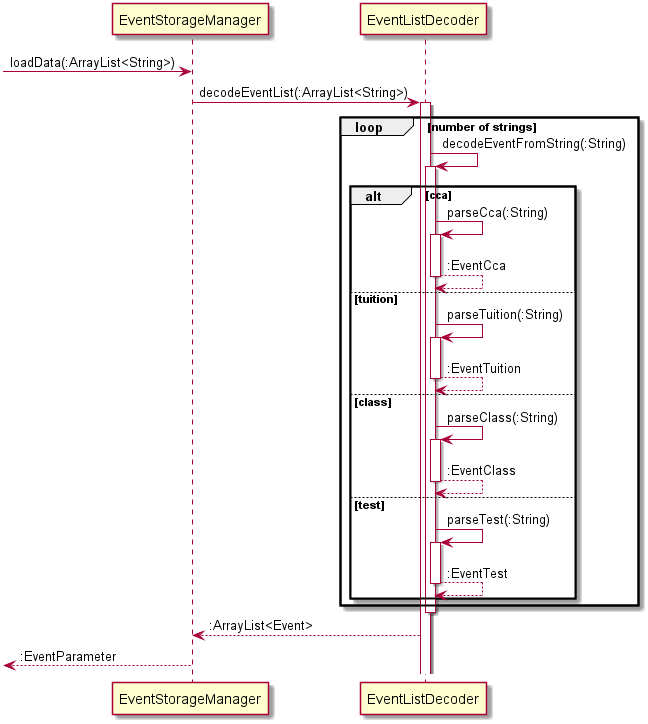
Earlier version of the PlantUML export docs/diagram/EventStorageReadSequence.png (untitle4/tp). Its diagram source:
```plantuml
@startuml

-> EventStorageManager : loadData(:ArrayList<String>)

EventStorageManager -> EventListDecoder : decodeEventList(:ArrayList<String>)
activate EventListDecoder

loop number of strings
EventListDecoder -> EventListDecoder : decodeEventFromString(:String)
activate EventListDecoder
alt cca
EventListDecoder -> EventListDecoder : parseCca(:String)
activate EventListDecoder
EventListDecoder --> EventListDecoder : :EventCca
deactivate EventListDecoder
else tuition
EventListDecoder -> EventListDecoder : parseTuition(:String)
activate EventListDecoder
EventListDecoder --> EventListDecoder : :EventTuition
deactivate EventListDecoder
else class
EventListDecoder -> EventListDecoder : parseClass(:String)
activate EventListDecoder
EventListDecoder --> EventListDecoder : :EventClass
deactivate EventListDecoder
else test
EventListDecoder -> EventListDecoder : parseTest(:String)
activate EventListDecoder
EventListDecoder --> EventListDecoder : :EventTest
deactivate EventListDecoder
end alt
end loop

deactivate EventListDecoder
EventListDecoder --> EventStorageManager : :ArrayList<Event>

<-- EventStorageManager : :EventParameter
@enduml
```
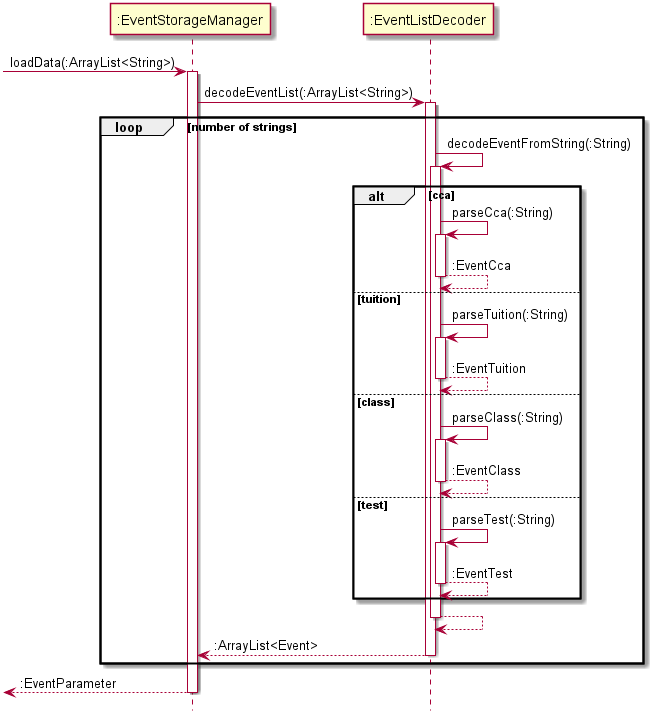
After the change.

The edit, as a diff of the source:
```diff
@@ -1,38 +1,40 @@
 @startuml
+hide footbox
 
--> EventStorageManager : loadData(:ArrayList<String>)
-
-EventStorageManager -> EventListDecoder : decodeEventList(:ArrayList<String>)
-activate EventListDecoder
+-> ":EventStorageManager" : loadData(:ArrayList<String>)
+activate ":EventStorageManager"
+":EventStorageManager" -> ":EventListDecoder" : decodeEventList(:ArrayList<String>)
+activate ":EventListDecoder"
 
 loop number of strings
-EventListDecoder -> EventListDecoder : decodeEventFromString(:String)
-activate EventListDecoder
+":EventListDecoder" -> ":EventListDecoder" : decodeEventFromString(:String)
+activate ":EventListDecoder"
 alt cca
-EventListDecoder -> EventListDecoder : parseCca(:String)
-activate EventListDecoder
-EventListDecoder --> EventListDecoder : :EventCca
-deactivate EventListDecoder
+":EventListDecoder" -> ":EventListDecoder" : parseCca(:String)
+activate ":EventListDecoder"
+":EventListDecoder" --> ":EventListDecoder" : :EventCca
+deactivate ":EventListDecoder"
 else tuition
-EventListDecoder -> EventListDecoder : parseTuition(:String)
-activate EventListDecoder
-EventListDecoder --> EventListDecoder : :EventTuition
-deactivate EventListDecoder
+":EventListDecoder" -> ":EventListDecoder" : parseTuition(:String)
+activate ":EventListDecoder"
+":EventListDecoder" --> ":EventListDecoder" : :EventTuition
+deactivate ":EventListDecoder"
 else class
-EventListDecoder -> EventListDecoder : parseClass(:String)
-activate EventListDecoder
-EventListDecoder --> EventListDecoder : :EventClass
-deactivate EventListDecoder
+":EventListDecoder" -> ":EventListDecoder" : parseClass(:String)
+activate ":EventListDecoder"
+":EventListDecoder" --> ":EventListDecoder" : :EventClass
+deactivate ":EventListDecoder"
 else test
-EventListDecoder -> EventListDecoder : parseTest(:String)
-activate EventListDecoder
-EventListDecoder --> EventListDecoder : :EventTest
-deactivate EventListDecoder
+":EventListDecoder" -> ":EventListDecoder" : parseTest(:String)
+activate ":EventListDecoder"
+":EventListDecoder" --> ":EventListDecoder" : :EventTest
+deactivate ":EventListDecoder"
 end alt
+":EventListDecoder" --> ":EventListDecoder"
+deactivate ":EventListDecoder"
+":EventListDecoder" --> ":EventStorageManager" : :ArrayList<Event>
+deactivate ":EventListDecoder"
 end loop
-
-deactivate EventListDecoder
-EventListDecoder --> EventStorageManager : :ArrayList<Event>
-
-<-- EventStorageManager : :EventParameter
+<-- ":EventStorageManager" : :EventParameter
+deactivate ":EventStorageManager"
 @enduml
```
